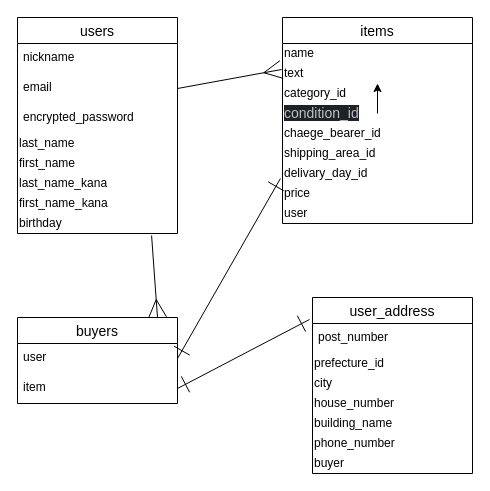
koki2014/furima-38222 keeps this draw.io diagram as test.dio. Above is the earlier version. Source tidied: cells renumbered, new cells numbered last; positions are measured from the earlier drawing's top-left corner, leaving out a move shared by most shapes. Both pictures are drawn from the tidied source at 100%, with x=0, y=0 at pixel (17, 17).
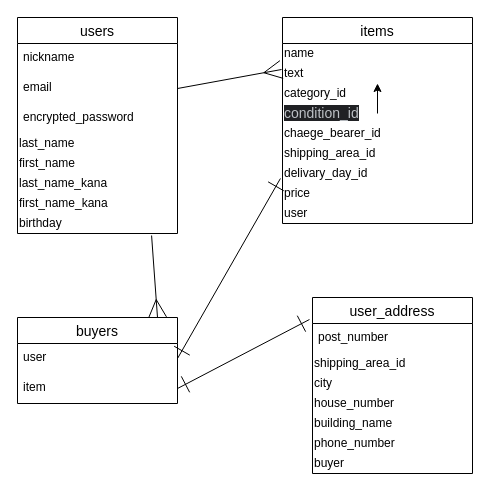
The same diagram, later.

Unchanged cells that the change refers to:
```xml
<mxCell id="23" value="user_address" style="swimlane;fontStyle=0;horizontal=1;startSize=26;align=center;fontSize=14;" parent="1" vertex="1">
  <mxGeometry x="295" y="280" width="160" height="176" as="geometry" />
</mxCell>
```

Change to the diagram source:
```diff
@@
-    <mxCell id="25" value="prefecture_id" style="text;html=1;align=left;verticalAlign=middle;fillColor=none;strokeColor=none;rounded=0;" parent="23" vertex="1">
+    <mxCell id="25" value="shipping_area_id" style="text;html=1;align=left;verticalAlign=middle;fillColor=none;strokeColor=none;rounded=0;" parent="23" vertex="1">
       <mxGeometry y="56" width="160" height="20" as="geometry" />
     </mxCell>
```
